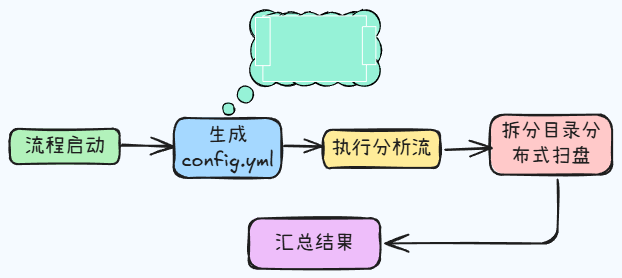
Earlier version of the Excalidraw export pipeline.excalidraw.png (kevin-furant/dirScan). Source tidied: one line per element, renumbered; positions are measured from the earlier drawing's top-left corner, leaving out a move shared by most shapes. Its diagram source:
```json
{"id": 0, "type": "rectangle", "strokeColor": "#1e1e1e", "backgroundColor": "#b2f2bb", "fillStyle": "solid", "strokeWidth": 2, "roughness": 1, "round": true, "x": 0, "y": 119, "width": 110, "height": 35}
{"id": 1, "type": "text", "text": "流程启动", "strokeColor": "#1e1e1e", "strokeWidth": 2, "roughness": 1, "fontSize": 20, "fontFamily": 5, "textAlign": "center", "verticalAlign": "middle", "inside": 0, "x": 15, "y": 124, "width": 80, "height": 25}
{"id": 2, "type": "rectangle", "strokeColor": "#1e1e1e", "backgroundColor": "#a5d8ff", "fillStyle": "solid", "strokeWidth": 2, "roughness": 1, "round": true, "x": 164, "y": 108, "width": 108, "height": 60}
{"id": 3, "type": "text", "text": "生成\nconfig.yml", "strokeColor": "#1e1e1e", "strokeWidth": 2, "roughness": 1, "fontSize": 20, "fontFamily": 5, "textAlign": "center", "verticalAlign": "middle", "inside": 2, "x": 171, "y": 113, "width": 92, "height": 50}
{"id": 4, "type": "rectangle", "strokeColor": "#1e1e1e", "backgroundColor": "#ffec99", "fillStyle": "solid", "strokeWidth": 2, "roughness": 1, "round": true, "x": 313, "y": 120, "width": 117, "height": 38}
{"id": 5, "type": "text", "text": "执行分析流", "strokeColor": "#1e1e1e", "strokeWidth": 2, "roughness": 1, "fontSize": 20, "fontFamily": 5, "textAlign": "center", "verticalAlign": "middle", "inside": 4, "x": 322, "y": 126, "width": 100, "height": 25}
{"id": 6, "type": "rectangle", "strokeColor": "#1e1e1e", "backgroundColor": "#ffc9c9", "fillStyle": "solid", "strokeWidth": 2, "roughness": 1, "round": true, "x": 480, "y": 105, "width": 122, "height": 60}
{"id": 7, "type": "text", "text": "拆分目录分\n布式扫盘", "strokeColor": "#1e1e1e", "strokeWidth": 2, "roughness": 1, "fontSize": 20, "fontFamily": 5, "textAlign": "center", "verticalAlign": "middle", "inside": 6, "x": 491, "y": 110, "width": 100, "height": 50}
{"id": 8, "type": "rectangle", "strokeColor": "#1e1e1e", "backgroundColor": "#eebefa", "fillStyle": "solid", "strokeWidth": 2, "roughness": 1, "round": true, "x": 239, "y": 208, "width": 131, "height": 50}
{"id": 9, "type": "text", "text": "汇总结果", "strokeColor": "#1e1e1e", "strokeWidth": 2, "roughness": 1, "fontSize": 20, "fontFamily": 5, "textAlign": "center", "verticalAlign": "middle", "inside": 8, "x": 264, "y": 221, "width": 80, "height": 25}
{"id": 10, "type": "ellipse", "strokeColor": "#000000", "backgroundColor": "#96f2d7", "fillStyle": "solid", "strokeWidth": 1, "roughness": 1, "x": 240, "y": 0, "width": 32, "height": 32}
{"id": 11, "type": "ellipse", "strokeColor": "#000000", "backgroundColor": "#96f2d7", "fillStyle": "solid", "strokeWidth": 1, "roughness": 1, "x": 246, "y": 3, "width": 39, "height": 39}
{"id": 12, "type": "ellipse", "strokeColor": "#000000", "backgroundColor": "#96f2d7", "fillStyle": "solid", "strokeWidth": 1, "roughness": 1, "x": 261, "y": 2, "width": 39, "height": 39}
{"id": 13, "type": "ellipse", "strokeColor": "#000000", "backgroundColor": "#96f2d7", "fillStyle": "solid", "strokeWidth": 1, "roughness": 1, "x": 279, "y": 2, "width": 39, "height": 39}
{"id": 14, "type": "ellipse", "strokeColor": "#000000", "backgroundColor": "#96f2d7", "fillStyle": "solid", "strokeWidth": 1, "roughness": 1, "x": 301, "y": 2, "width": 39, "height": 39}
{"id": 15, "type": "ellipse", "strokeColor": "#000000", "backgroundColor": "#96f2d7", "fillStyle": "solid", "strokeWidth": 1, "roughness": 1, "x": 324, "y": 2, "width": 39, "height": 39}
{"id": 16, "type": "ellipse", "strokeColor": "#000000", "backgroundColor": "#96f2d7", "fillStyle": "solid", "strokeWidth": 1, "roughness": 1, "x": 241, "y": 21, "width": 39, "height": 39}
{"id": 17, "type": "ellipse", "strokeColor": "#000000", "backgroundColor": "#96f2d7", "fillStyle": "solid", "strokeWidth": 1, "roughness": 1, "x": 240, "y": 44, "width": 32, "height": 32}
{"id": 18, "type": "ellipse", "strokeColor": "#000000", "backgroundColor": "#96f2d7", "fillStyle": "solid", "strokeWidth": 1, "roughness": 1, "x": 258, "y": 37, "width": 39, "height": 39}
{"id": 19, "type": "ellipse", "strokeColor": "#000000", "backgroundColor": "#96f2d7", "fillStyle": "solid", "strokeWidth": 1, "roughness": 1, "x": 276, "y": 37, "width": 39, "height": 39}
{"id": 20, "type": "ellipse", "strokeColor": "#000000", "backgroundColor": "#96f2d7", "fillStyle": "solid", "strokeWidth": 1, "roughness": 1, "x": 297, "y": 37, "width": 39, "height": 39}
{"id": 21, "type": "ellipse", "strokeColor": "#000000", "backgroundColor": "#96f2d7", "fillStyle": "solid", "strokeWidth": 1, "roughness": 1, "x": 320, "y": 37, "width": 39, "height": 39}
{"id": 22, "type": "ellipse", "strokeColor": "#000000", "backgroundColor": "#96f2d7", "fillStyle": "solid", "strokeWidth": 1, "roughness": 1, "x": 338, "y": 0, "width": 32, "height": 32}
{"id": 23, "type": "ellipse", "strokeColor": "#000000", "backgroundColor": "#96f2d7", "fillStyle": "solid", "strokeWidth": 1, "roughness": 1, "x": 333, "y": 21, "width": 39, "height": 39}
{"id": 24, "type": "ellipse", "strokeColor": "#000000", "backgroundColor": "#96f2d7", "fillStyle": "solid", "strokeWidth": 1, "roughness": 1, "x": 338, "y": 44, "width": 32, "height": 32}
{"id": 25, "type": "rectangle", "strokeColor": "#fff", "backgroundColor": "#96f2d7", "fillStyle": "solid", "strokeWidth": 1, "roughness": 0, "x": 253, "y": 6, "width": 104, "height": 66}
{"id": 26, "type": "text", "text": "每次更新\n扫盘列表", "strokeColor": "#1e1e1e", "backgroundColor": "#96f2d7", "fillStyle": "solid", "strokeWidth": 2, "roughness": 1, "fontSize": 20, "fontFamily": 5, "textAlign": "center", "verticalAlign": "middle", "inside": 25, "x": 265, "y": 14, "width": 80, "height": 50}
{"id": 27, "type": "ellipse", "strokeColor": "#000000", "angle": 1.57, "backgroundColor": "#96f2d7", "fillStyle": "solid", "strokeWidth": 1, "roughness": 1, "x": 227, "y": 76, "width": 16, "height": 16}
{"id": 28, "type": "ellipse", "strokeColor": "#000000", "angle": 1.57, "backgroundColor": "#96f2d7", "fillStyle": "solid", "strokeWidth": 1, "roughness": 1, "x": 212, "y": 93, "width": 12, "height": 12}
{"id": 29, "type": "rectangle", "strokeColor": "#fff", "backgroundColor": "#96f2d7", "fillStyle": "solid", "strokeWidth": 1, "roughness": 0, "x": 352, "y": 17, "width": 13, "height": 38}
{"id": 30, "type": "rectangle", "strokeColor": "#fff", "backgroundColor": "#96f2d7", "fillStyle": "solid", "strokeWidth": 1, "roughness": 0, "x": 246, "y": 7, "width": 15, "height": 48}
{"id": 31, "type": "arrow", "strokeColor": "#1e1e1e", "strokeWidth": 2, "roughness": 1, "endArrowhead": "arrow", "round": true, "from": 0, "to": 2, "x": 111, "y": 136, "width": 51, "height": 0, "points": [[0, 0], [51, 0]]}
{"id": 32, "type": "arrow", "strokeColor": "#1e1e1e", "strokeWidth": 2, "roughness": 1, "endArrowhead": "arrow", "round": true, "from": 2, "to": 4, "x": 274, "y": 136, "width": 38, "height": 0, "points": [[0, 0], [38, 0]]}
{"id": 33, "type": "arrow", "strokeColor": "#1e1e1e", "strokeWidth": 2, "roughness": 1, "endArrowhead": "arrow", "round": true, "from": 4, "to": 6, "x": 436, "y": 140, "width": 46, "height": 2, "points": [[0, 0], [46, -2]]}
{"id": 34, "type": "arrow", "strokeColor": "#1e1e1e", "strokeWidth": 2, "roughness": 1, "endArrowhead": "arrow", "from": 6, "to": 8, "x": 548, "y": 170, "width": 173, "height": 64, "points": [[0, 0], [0, 64], [-173, 64]]}
```
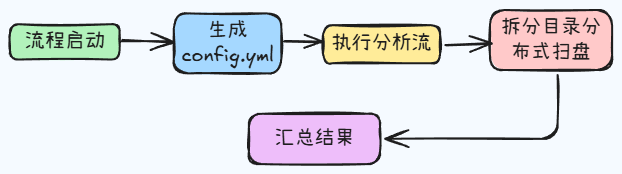
The same file after the commit.

Commit message:
修改流程图

Diff of the diagram source:
```diff
@@ -8,27 +8,6 @@
 {"id": 7, "type": "text", "text": "拆分目录分\n布式扫盘", "strokeColor": "#1e1e1e", "strokeWidth": 2, "roughness": 1, "fontSize": 20, "fontFamily": 5, "textAlign": "center", "verticalAlign": "middle", "inside": 6, "x": 491, "y": 110, "width": 100, "height": 50}
 {"id": 8, "type": "rectangle", "strokeColor": "#1e1e1e", "backgroundColor": "#eebefa", "fillStyle": "solid", "strokeWidth": 2, "roughness": 1, "round": true, "x": 239, "y": 208, "width": 131, "height": 50}
 {"id": 9, "type": "text", "text": "汇总结果", "strokeColor": "#1e1e1e", "strokeWidth": 2, "roughness": 1, "fontSize": 20, "fontFamily": 5, "textAlign": "center", "verticalAlign": "middle", "inside": 8, "x": 264, "y": 221, "width": 80, "height": 25}
-{"id": 10, "type": "ellipse", "strokeColor": "#000000", "backgroundColor": "#96f2d7", "fillStyle": "solid", "strokeWidth": 1, "roughness": 1, "x": 240, "y": 0, "width": 32, "height": 32}
-{"id": 11, "type": "ellipse", "strokeColor": "#000000", "backgroundColor": "#96f2d7", "fillStyle": "solid", "strokeWidth": 1, "roughness": 1, "x": 246, "y": 3, "width": 39, "height": 39}
-{"id": 12, "type": "ellipse", "strokeColor": "#000000", "backgroundColor": "#96f2d7", "fillStyle": "solid", "strokeWidth": 1, "roughness": 1, "x": 261, "y": 2, "width": 39, "height": 39}
-{"id": 13, "type": "ellipse", "strokeColor": "#000000", "backgroundColor": "#96f2d7", "fillStyle": "solid", "strokeWidth": 1, "roughness": 1, "x": 279, "y": 2, "width": 39, "height": 39}
-{"id": 14, "type": "ellipse", "strokeColor": "#000000", "backgroundColor": "#96f2d7", "fillStyle": "solid", "strokeWidth": 1, "roughness": 1, "x": 301, "y": 2, "width": 39, "height": 39}
-{"id": 15, "type": "ellipse", "strokeColor": "#000000", "backgroundColor": "#96f2d7", "fillStyle": "solid", "strokeWidth": 1, "roughness": 1, "x": 324, "y": 2, "width": 39, "height": 39}
-{"id": 16, "type": "ellipse", "strokeColor": "#000000", "backgroundColor": "#96f2d7", "fillStyle": "solid", "strokeWidth": 1, "roughness": 1, "x": 241, "y": 21, "width": 39, "height": 39}
-{"id": 17, "type": "ellipse", "strokeColor": "#000000", "backgroundColor": "#96f2d7", "fillStyle": "solid", "strokeWidth": 1, "roughness": 1, "x": 240, "y": 44, "width": 32, "height": 32}
-{"id": 18, "type": "ellipse", "strokeColor": "#000000", "backgroundColor": "#96f2d7", "fillStyle": "solid", "strokeWidth": 1, "roughness": 1, "x": 258, "y": 37, "width": 39, "height": 39}
-{"id": 19, "type": "ellipse", "strokeColor": "#000000", "backgroundColor": "#96f2d7", "fillStyle": "solid", "strokeWidth": 1, "roughness": 1, "x": 276, "y": 37, "width": 39, "height": 39}
-{"id": 20, "type": "ellipse", "strokeColor": "#000000", "backgroundColor": "#96f2d7", "fillStyle": "solid", "strokeWidth": 1, "roughness": 1, "x": 297, "y": 37, "width": 39, "height": 39}
-{"id": 21, "type": "ellipse", "strokeColor": "#000000", "backgroundColor": "#96f2d7", "fillStyle": "solid", "strokeWidth": 1, "roughness": 1, "x": 320, "y": 37, "width": 39, "height": 39}
-{"id": 22, "type": "ellipse", "strokeColor": "#000000", "backgroundColor": "#96f2d7", "fillStyle": "solid", "strokeWidth": 1, "roughness": 1, "x": 338, "y": 0, "width": 32, "height": 32}
-{"id": 23, "type": "ellipse", "strokeColor": "#000000", "backgroundColor": "#96f2d7", "fillStyle": "solid", "strokeWidth": 1, "roughness": 1, "x": 333, "y": 21, "width": 39, "height": 39}
-{"id": 24, "type": "ellipse", "strokeColor": "#000000", "backgroundColor": "#96f2d7", "fillStyle": "solid", "strokeWidth": 1, "roughness": 1, "x": 338, "y": 44, "width": 32, "height": 32}
-{"id": 25, "type": "rectangle", "strokeColor": "#fff", "backgroundColor": "#96f2d7", "fillStyle": "solid", "strokeWidth": 1, "roughness": 0, "x": 253, "y": 6, "width": 104, "height": 66}
-{"id": 26, "type": "text", "text": "每次更新\n扫盘列表", "strokeColor": "#1e1e1e", "backgroundColor": "#96f2d7", "fillStyle": "solid", "strokeWidth": 2, "roughness": 1, "fontSize": 20, "fontFamily": 5, "textAlign": "center", "verticalAlign": "middle", "inside": 25, "x": 265, "y": 14, "width": 80, "height": 50}
-{"id": 27, "type": "ellipse", "strokeColor": "#000000", "angle": 1.57, "backgroundColor": "#96f2d7", "fillStyle": "solid", "strokeWidth": 1, "roughness": 1, "x": 227, "y": 76, "width": 16, "height": 16}
-{"id": 28, "type": "ellipse", "strokeColor": "#000000", "angle": 1.57, "backgroundColor": "#96f2d7", "fillStyle": "solid", "strokeWidth": 1, "roughness": 1, "x": 212, "y": 93, "width": 12, "height": 12}
-{"id": 29, "type": "rectangle", "strokeColor": "#fff", "backgroundColor": "#96f2d7", "fillStyle": "solid", "strokeWidth": 1, "roughness": 0, "x": 352, "y": 17, "width": 13, "height": 38}
-{"id": 30, "type": "rectangle", "strokeColor": "#fff", "backgroundColor": "#96f2d7", "fillStyle": "solid", "strokeWidth": 1, "roughness": 0, "x": 246, "y": 7, "width": 15, "height": 48}
 {"id": 31, "type": "arrow", "strokeColor": "#1e1e1e", "strokeWidth": 2, "roughness": 1, "endArrowhead": "arrow", "round": true, "from": 0, "to": 2, "x": 111, "y": 136, "width": 51, "height": 0, "points": [[0, 0], [51, 0]]}
 {"id": 32, "type": "arrow", "strokeColor": "#1e1e1e", "strokeWidth": 2, "roughness": 1, "endArrowhead": "arrow", "round": true, "from": 2, "to": 4, "x": 274, "y": 136, "width": 38, "height": 0, "points": [[0, 0], [38, 0]]}
 {"id": 33, "type": "arrow", "strokeColor": "#1e1e1e", "strokeWidth": 2, "roughness": 1, "endArrowhead": "arrow", "round": true, "from": 4, "to": 6, "x": 436, "y": 140, "width": 46, "height": 2, "points": [[0, 0], [46, -2]]}
```
